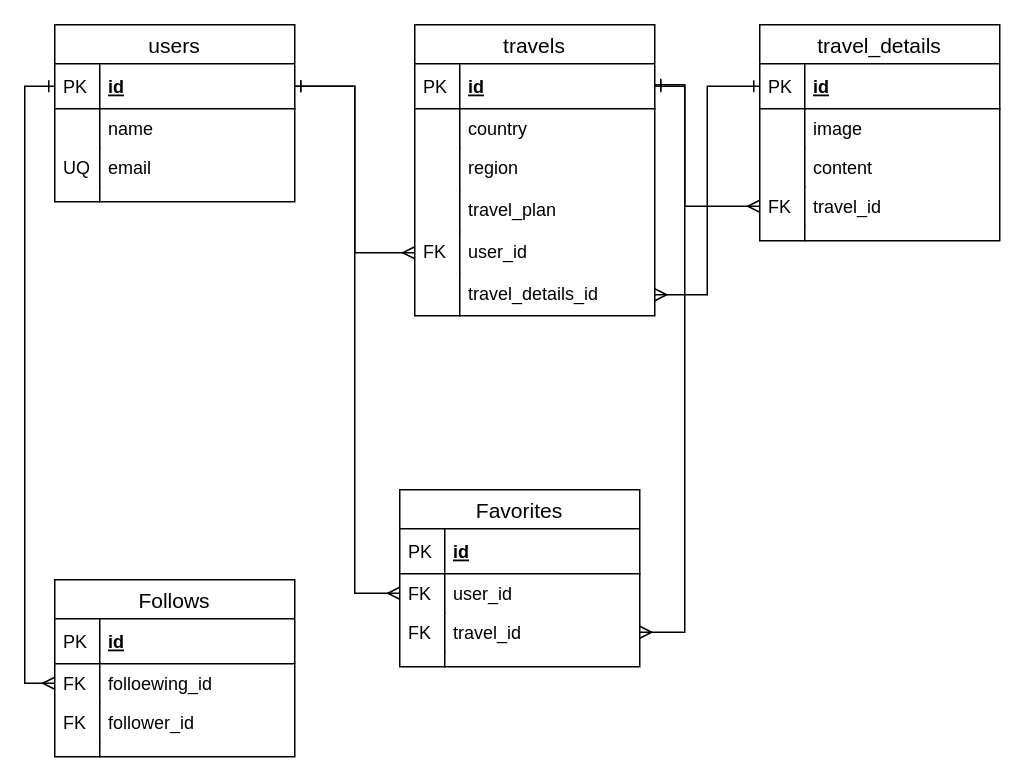
Before: trip.drawio in kimurakeisuke/enjoy_trip, a draw.io diagram. Source tidied: cells renumbered, new cells numbered last; positions are measured from the earlier drawing's top-left corner, leaving out a move shared by most shapes. Both pictures are drawn from the tidied source at 150%, with x=0, y=0 at pixel (54, 24).
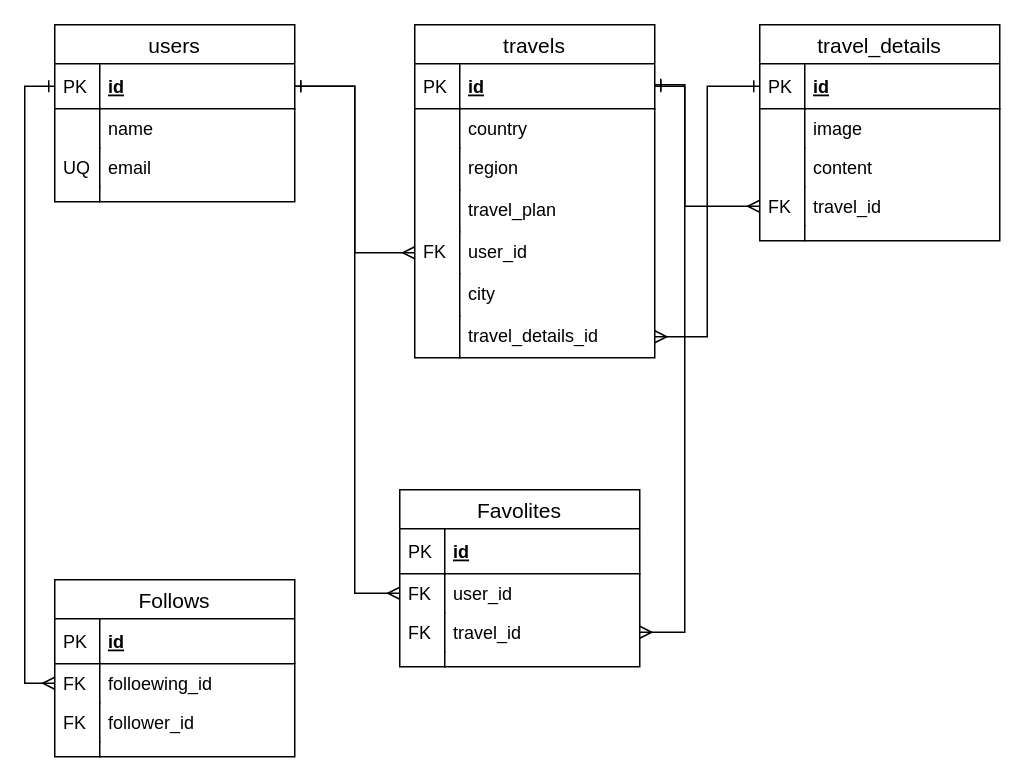
The same page after the edit.

What changed in the source:
```diff
@@
     <mxCell id="11" value="travels" style="swimlane;fontStyle=0;horizontal=1;startSize=26;align=center;fontSize=14;" parent="1" vertex="1">
-      <mxGeometry x="240" width="160" height="194" as="geometry" />
+      <mxGeometry x="240" width="160" height="222" as="geometry" />
     </mxCell>
@@
+    <mxCell id="60" value="city" style="shape=partialRectangle;top=0;left=0;right=0;bottom=0;align=left;verticalAlign=top;fillColor=none;spacingLeft=34;spacingRight=4;overflow=hidden;fontSize=12;" parent="11" vertex="1">
+      <mxGeometry y="166" width="160" height="28" as="geometry" />
+    </mxCell>
+    <mxCell id="61" style="shape=partialRectangle;top=0;left=0;bottom=0;fillColor=none;align=left;verticalAlign=top;spacingLeft=4;spacingRight=4;overflow=hidden;fontSize=12;" parent="60" vertex="1">
+      <mxGeometry width="30" height="28" as="geometry" />
+    </mxCell>
     <mxCell id="22" value="travel_details_id" style="shape=partialRectangle;top=0;left=0;right=0;bottom=0;align=left;verticalAlign=top;fillColor=none;spacingLeft=34;spacingRight=4;overflow=hidden;points=[[0,0.5],[1,0.5]];portConstraint=eastwest;fontSize=12;" parent="11" vertex="1">
-      <mxGeometry y="166" width="160" height="28" as="geometry" />
+      <mxGeometry y="194" width="160" height="28" as="geometry" />
     </mxCell>
@@
-    <mxCell id="38" value="Favorites" style="swimlane;fontStyle=0;horizontal=1;startSize=26;align=center;fontSize=14;" parent="1" vertex="1">
+    <mxCell id="38" value="Favolites" style="swimlane;fontStyle=0;horizontal=1;startSize=26;align=center;fontSize=14;" parent="1" vertex="1">
       <mxGeometry x="230" y="310" width="160" height="118" as="geometry" />
     </mxCell>
```
